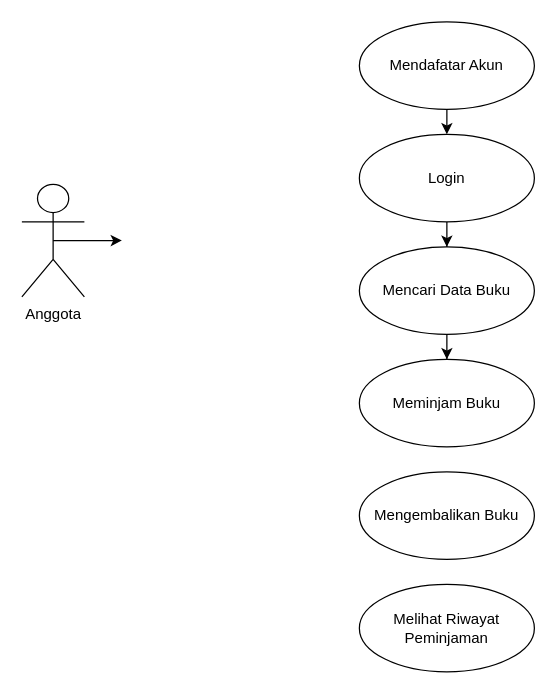
The draw.io diagram Untitled Diagram.drawio in VaLSpp/belajar-nuxt.js, before the edit. Source tidied: cells renumbered, new cells numbered last; positions are measured from the earlier drawing's top-left corner, leaving out a move shared by most shapes. Both pictures are drawn from the tidied source at 125%, with x=0, y=0 at pixel (21, 21).
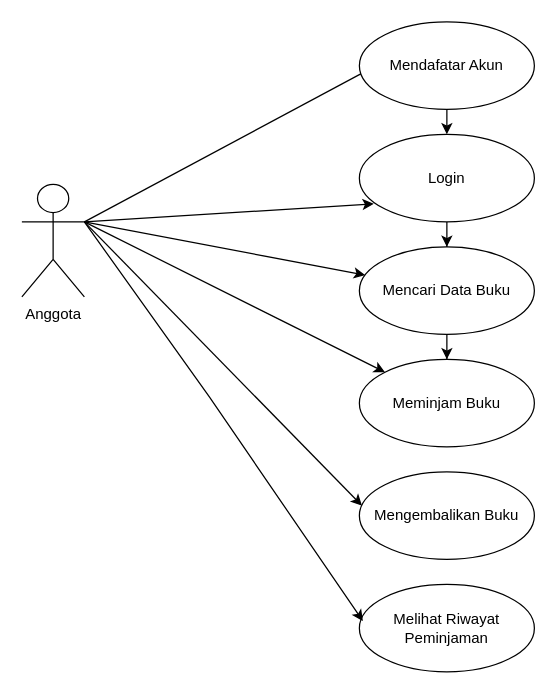
After the change.

Unchanged cells that the change refers to:
```xml
<mxCell id="3" value="Anggota" style="shape=umlActor;verticalLabelPosition=bottom;verticalAlign=top;html=1;outlineConnect=0;" parent="1" vertex="1">
  <mxGeometry y="130" width="50" height="90" as="geometry" />
</mxCell>
<mxCell id="7" value="Login" style="ellipse;whiteSpace=wrap;html=1;" parent="1" vertex="1">
  <mxGeometry x="270" y="90" width="140" height="70" as="geometry" />
</mxCell>
<mxCell id="9" value="Mencari Data Buku" style="ellipse;whiteSpace=wrap;html=1;" parent="1" vertex="1">
  <mxGeometry x="270" y="180" width="140" height="70" as="geometry" />
</mxCell>
<mxCell id="10" value="Meminjam Buku" style="ellipse;whiteSpace=wrap;html=1;" parent="1" vertex="1">
  <mxGeometry x="270" y="270" width="140" height="70" as="geometry" />
</mxCell>
<mxCell id="11" value="Mengembalikan Buku" style="ellipse;whiteSpace=wrap;html=1;" parent="1" vertex="1">
  <mxGeometry x="270" y="360" width="140" height="70" as="geometry" />
</mxCell>
<mxCell id="12" value="Melihat Riwayat Peminjaman" style="ellipse;whiteSpace=wrap;html=1;" parent="1" vertex="1">
  <mxGeometry x="270" y="450" width="140" height="70" as="geometry" />
</mxCell>
```

Change to the diagram source:
```diff
@@
-    <mxCell id="2" style="edgeStyle=orthogonalEdgeStyle;rounded=0;jettySize=auto;html=1;exitX=0.5;exitY=0.5;exitDx=0;exitDy=0;exitPerimeter=0;" parent="1" edge="1" source="3">
-      <mxGeometry relative="1" as="geometry">
-        <mxPoint x="80" y="174.9" as="targetPoint" />
-      </mxGeometry>
-    </mxCell>
+    <mxCell id="13" style="edgeStyle=none;rounded=0;jettySize=auto;html=1;exitX=1;exitY=0.3333333333333333;exitDx=0;exitDy=0;exitPerimeter=0;" parent="1" edge="1" source="3">
+      <mxGeometry relative="1" as="geometry">
+        <mxPoint x="296.9" y="27.8" as="targetPoint" />
+      </mxGeometry>
+    </mxCell>
+    <mxCell id="14" style="rounded=0;jettySize=auto;html=1;exitX=1;exitY=0.3333333333333333;exitDx=0;exitDy=0;exitPerimeter=0;" parent="1" edge="1" source="3" target="9">
+      <mxGeometry relative="1" as="geometry" />
+    </mxCell>
+    <mxCell id="15" style="edgeStyle=none;rounded=0;jettySize=auto;html=1;exitX=1;exitY=0.3333333333333333;exitDx=0;exitDy=0;exitPerimeter=0;" parent="1" edge="1" source="3" target="10">
+      <mxGeometry relative="1" as="geometry" />
+    </mxCell>
@@
+    <mxCell id="16" style="rounded=0;jettySize=auto;html=1;exitX=1;exitY=0.3333333333333333;exitDx=0;exitDy=0;exitPerimeter=0;entryX=0.082;entryY=0.794;entryDx=0;entryDy=0;entryPerimeter=0;" parent="1" edge="1" source="3" target="7">
+      <mxGeometry relative="1" as="geometry" />
+    </mxCell>
+    <mxCell id="17" style="edgeStyle=none;rounded=0;jettySize=auto;html=1;exitX=1;exitY=0.3333333333333333;exitDx=0;exitDy=0;exitPerimeter=0;entryX=0.015;entryY=0.386;entryDx=0;entryDy=0;entryPerimeter=0;" parent="1" edge="1" source="3" target="11">
+      <mxGeometry relative="1" as="geometry" />
+    </mxCell>
+    <mxCell id="18" style="edgeStyle=none;rounded=0;jettySize=auto;html=1;entryX=0.02;entryY=0.419;entryDx=0;entryDy=0;entryPerimeter=0;" parent="1" edge="1" target="12">
+      <mxGeometry relative="1" as="geometry">
+        <mxPoint x="50" y="160" as="sourcePoint" />
+        <Array as="points">
+          <mxPoint x="150" y="300" />
+        </Array>
+      </mxGeometry>
+    </mxCell>
```
